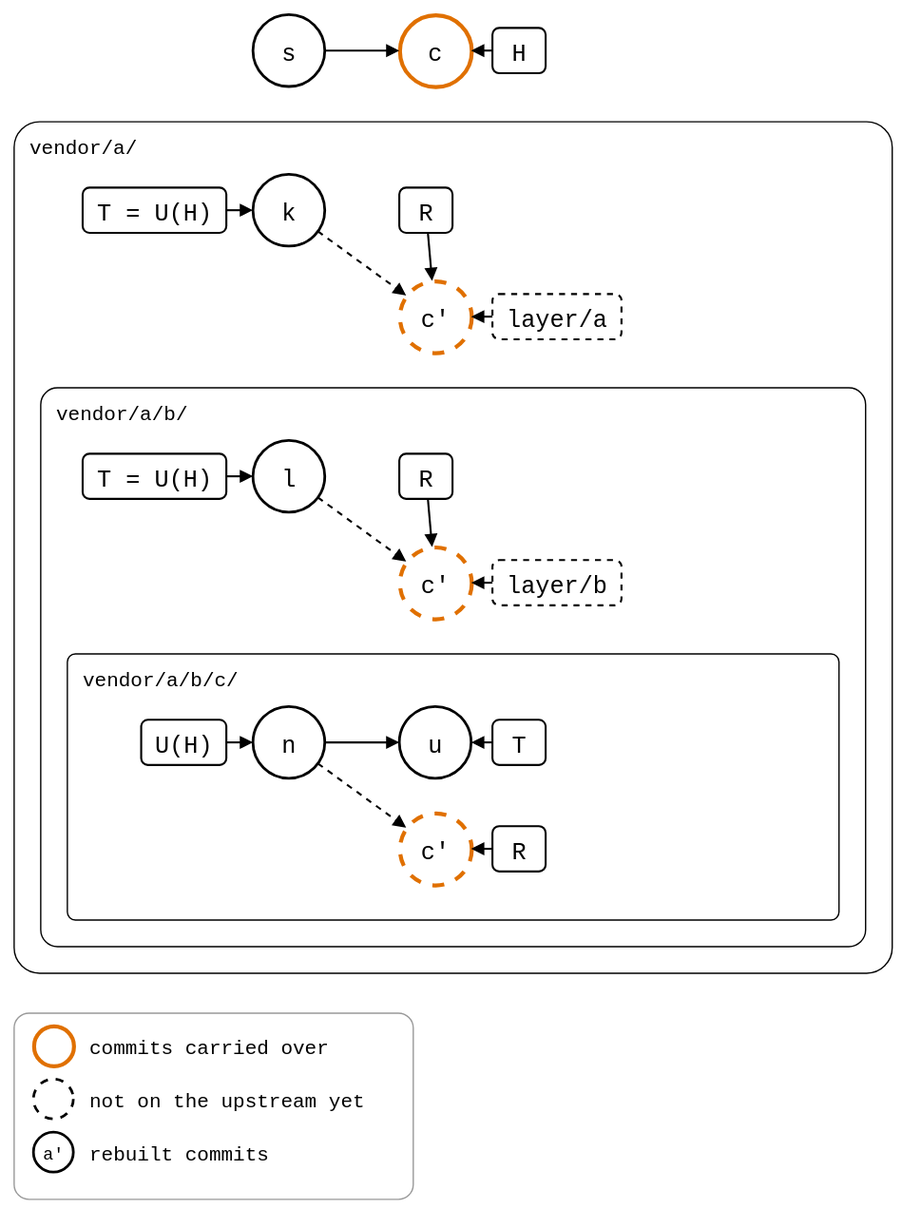
Earlier version of the draw.io export docs/09-scenarios/05-nested-splices/01-nested-splices/02-three-levels/levels-worktrees.drawio.svg (roschaefer/git-splice). Source tidied: cells renumbered, new cells last; positions are measured from the earlier drawing's top-left corner, leaving out a move shared by most shapes.
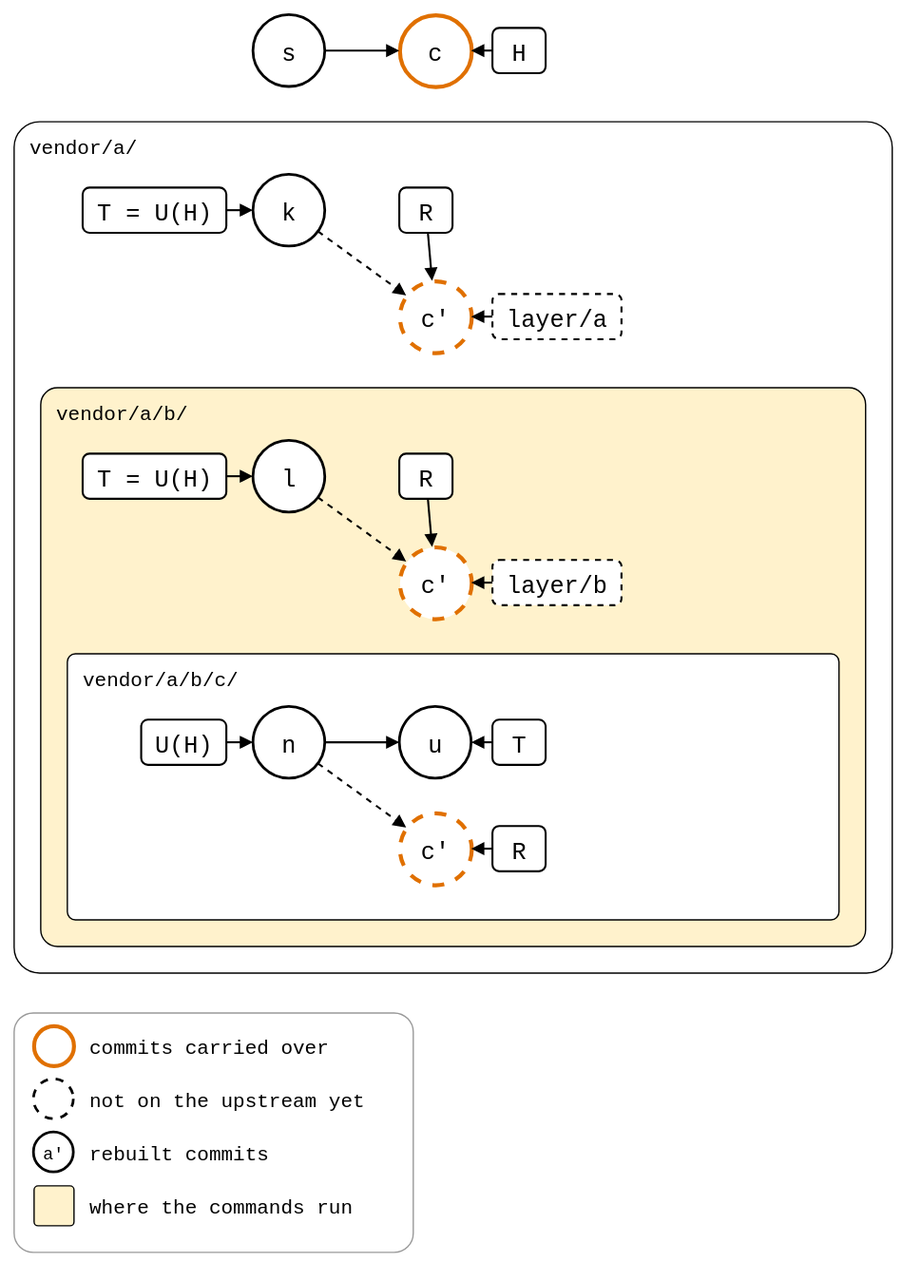
The same diagram one commit later.

Commit message:
docs(scenarios): show where the three-level pull's commands run

Diff of the diagram source:
```diff
@@ -5,10 +5,10 @@
     <mxCell id="2" value="vendor/a/" style="rounded=1;arcSize=3;fillColor=none;strokeWidth=1;fontSize=15;verticalAlign=top;align=left;spacingLeft=10;spacingTop=4;fontFamily=Roboto Mono,monospace;" parent="1" vertex="1">
       <mxGeometry y="80" width="660" height="640" as="geometry" />
     </mxCell>
-    <mxCell id="3" value="vendor/a/b/" style="rounded=1;arcSize=3;fillColor=none;strokeWidth=1;fontSize=15;verticalAlign=top;align=left;spacingLeft=10;spacingTop=4;fontFamily=Roboto Mono,monospace;" parent="1" vertex="1">
+    <mxCell id="3" value="vendor/a/b/" style="rounded=1;arcSize=3;fillColor=#FFF2CC;strokeWidth=1;fontSize=15;verticalAlign=top;align=left;spacingLeft=10;spacingTop=4;fontFamily=Roboto Mono,monospace;" parent="1" vertex="1">
       <mxGeometry x="20" y="280" width="620" height="420" as="geometry" />
     </mxCell>
-    <mxCell id="4" value="vendor/a/b/c/" style="rounded=1;arcSize=3;fillColor=none;strokeWidth=1;fontSize=15;verticalAlign=top;align=left;spacingLeft=10;spacingTop=4;fontFamily=Roboto Mono,monospace;" parent="1" vertex="1">
+    <mxCell id="4" value="vendor/a/b/c/" style="rounded=1;arcSize=3;fillColor=#ffffff;strokeWidth=1;fontSize=15;verticalAlign=top;align=left;spacingLeft=10;spacingTop=4;fontFamily=Roboto Mono,monospace;" parent="1" vertex="1">
       <mxGeometry x="40" y="480" width="580" height="200" as="geometry" />
     </mxCell>
     <mxCell id="5" value="s" style="ellipse;strokeWidth=2;fontSize=18;fontFamily=Roboto Mono,monospace;" parent="1" vertex="1">
@@ -114,7 +114,7 @@
       <mxGeometry relative="1" as="geometry" />
     </mxCell>
     <mxCell id="39" style="rounded=1;arcSize=8;fillColor=none;strokeColor=#999999;strokeWidth=1;legend=1;" parent="1" vertex="1">
-      <mxGeometry y="750" width="300" height="140" as="geometry" />
+      <mxGeometry y="750" width="300" height="180" as="geometry" />
     </mxCell>
     <mxCell id="40" style="ellipse;fontSize=13;fontFamily=Roboto Mono,monospace;strokeWidth=2;strokeColor=#E07000;strokeWidth=3;" parent="39" vertex="1">
       <mxGeometry x="15" y="10" width="30" height="30" as="geometry" />
@@ -134,5 +134,11 @@
     <mxCell id="45" value="rebuilt commits" style="text;align=left;verticalAlign=middle;fontSize=15;fontFamily=Roboto Mono,monospace;" parent="39" vertex="1">
       <mxGeometry x="55" y="90" width="240" height="30" as="geometry" />
     </mxCell>
+    <mxCell id="46" style="rounded=1;arcSize=10;strokeWidth=1;fillColor=#FFF2CC;" parent="39" vertex="1">
+      <mxGeometry x="15" y="130" width="30" height="30" as="geometry" />
+    </mxCell>
+    <mxCell id="47" value="where the commands run" style="text;align=left;verticalAlign=middle;fontSize=15;fontFamily=Roboto Mono,monospace;" parent="39" vertex="1">
+      <mxGeometry x="55" y="130" width="240" height="30" as="geometry" />
+    </mxCell>
   </root>
 </mxGraphModel>
```
